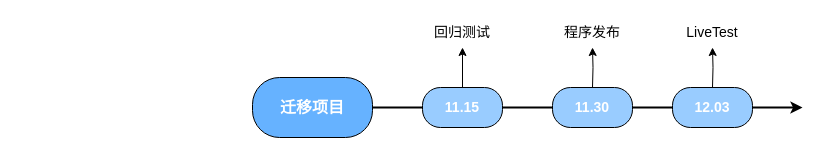
This is 迁移TimeLine 方案二.drawio from DonnieLe/MyDocs, a draw.io file, before an edit. Source tidied: cells renumbered, new cells numbered last; positions are measured from the earlier drawing's top-left corner, leaving out a move shared by most shapes. Both pictures are drawn from the tidied source at 100%, with x=0, y=0 at pixel (252, 17).
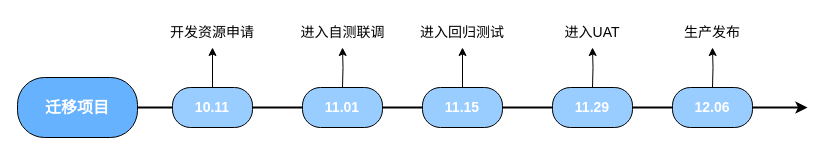
The same page after the edit.

Commit message:
更新迁移TimeLine 方案二.drawio

Diff of the diagram source:
```diff
@@
     <mxCell id="2" style="edgeStyle=orthogonalEdgeStyle;rounded=0;jettySize=auto;html=1;strokeWidth=2;" parent="1" edge="1" source="3">
       <mxGeometry relative="1" as="geometry">
-        <mxPoint x="550" y="90" as="targetPoint" />
+        <mxPoint x="555" y="90" as="targetPoint" />
       </mxGeometry>
     </mxCell>
     <mxCell id="3" value="&lt;b style=&quot;font-size: 16px;&quot;&gt;迁移项目&lt;/b&gt;" style="rounded=1;whiteSpace=wrap;html=1;fillColor=#66B2FF;fontSize=16;fontColor=#FFFFFF;arcSize=45;" parent="1" vertex="1">
-      <mxGeometry y="60" width="120" height="60" as="geometry" />
+      <mxGeometry x="-235" y="60" width="120" height="60" as="geometry" />
     </mxCell>
@@
-    <mxCell id="6" value="回归测试" style="text;html=1;strokeColor=none;fillColor=none;align=center;verticalAlign=middle;whiteSpace=wrap;rounded=0;fontSize=14;" parent="1" vertex="1">
-      <mxGeometry x="180" width="60" height="30" as="geometry" />
+    <mxCell id="6" value="进入回归测试" style="text;html=1;strokeColor=none;fillColor=none;align=center;verticalAlign=middle;whiteSpace=wrap;rounded=0;fontSize=14;" parent="1" vertex="1">
+      <mxGeometry x="165" width="90" height="30" as="geometry" />
     </mxCell>
@@
-    <mxCell id="8" value="程序发布" style="text;html=1;strokeColor=none;fillColor=none;align=center;verticalAlign=middle;whiteSpace=wrap;rounded=0;fontSize=14;" parent="1" vertex="1">
+    <mxCell id="8" value="进入UAT" style="text;html=1;strokeColor=none;fillColor=none;align=center;verticalAlign=middle;whiteSpace=wrap;rounded=0;fontSize=14;" parent="1" vertex="1">
       <mxGeometry x="300" width="80" height="30" as="geometry" />
     </mxCell>
@@
-    <mxCell id="10" value="LiveTest" style="text;html=1;strokeColor=none;fillColor=none;align=center;verticalAlign=middle;whiteSpace=wrap;rounded=0;fontSize=14;" parent="1" vertex="1">
+    <mxCell id="10" value="生产发布" style="text;html=1;strokeColor=none;fillColor=none;align=center;verticalAlign=middle;whiteSpace=wrap;rounded=0;fontSize=14;" parent="1" vertex="1">
       <mxGeometry x="420" width="80" height="30" as="geometry" />
     </mxCell>
-    <mxCell id="11" value="&lt;b style=&quot;font-size: 14px&quot;&gt;11.30&lt;/b&gt;" style="rounded=1;whiteSpace=wrap;html=1;fillColor=#99CCFF;fontSize=14;fontColor=#FFFFFF;arcSize=45;" parent="1" vertex="1">
+    <mxCell id="11" value="&lt;b style=&quot;font-size: 14px&quot;&gt;11.29&lt;/b&gt;" style="rounded=1;whiteSpace=wrap;html=1;fillColor=#99CCFF;fontSize=14;fontColor=#FFFFFF;arcSize=45;" parent="1" vertex="1">
       <mxGeometry x="300" y="70" width="80" height="40" as="geometry" />
     </mxCell>
-    <mxCell id="12" value="&lt;b style=&quot;font-size: 14px&quot;&gt;12.03&lt;/b&gt;" style="rounded=1;whiteSpace=wrap;html=1;fillColor=#99CCFF;fontSize=14;fontColor=#FFFFFF;arcSize=45;" parent="1" vertex="1">
+    <mxCell id="12" value="&lt;b style=&quot;font-size: 14px&quot;&gt;12.06&lt;/b&gt;" style="rounded=1;whiteSpace=wrap;html=1;fillColor=#99CCFF;fontSize=14;fontColor=#FFFFFF;arcSize=45;" parent="1" vertex="1">
       <mxGeometry x="420" y="70" width="80" height="40" as="geometry" />
     </mxCell>
+    <mxCell id="13" style="edgeStyle=orthogonalEdgeStyle;rounded=0;jettySize=auto;html=1;fontSize=14;" parent="1" edge="1" source="14" target="15">
+      <mxGeometry relative="1" as="geometry" />
+    </mxCell>
+    <mxCell id="14" value="&lt;b style=&quot;font-size: 14px&quot;&gt;10.11&lt;/b&gt;" style="rounded=1;whiteSpace=wrap;html=1;fillColor=#99CCFF;fontSize=14;fontColor=#FFFFFF;arcSize=45;" parent="1" vertex="1">
+      <mxGeometry x="-80" y="70" width="80" height="40" as="geometry" />
+    </mxCell>
+    <mxCell id="15" value="开发资源申请" style="text;html=1;strokeColor=none;fillColor=none;align=center;verticalAlign=middle;whiteSpace=wrap;rounded=0;fontSize=14;" parent="1" vertex="1">
+      <mxGeometry x="-85" width="90" height="30" as="geometry" />
+    </mxCell>
+    <mxCell id="16" style="edgeStyle=orthogonalEdgeStyle;rounded=0;jettySize=auto;html=1;fontSize=14;" parent="1" edge="1" target="17">
+      <mxGeometry relative="1" as="geometry">
+        <mxPoint x="90" y="70" as="sourcePoint" />
+      </mxGeometry>
+    </mxCell>
+    <mxCell id="17" value="进入自测联调" style="text;html=1;strokeColor=none;fillColor=none;align=center;verticalAlign=middle;whiteSpace=wrap;rounded=0;fontSize=14;" parent="1" vertex="1">
+      <mxGeometry x="42.5" width="95" height="30" as="geometry" />
+    </mxCell>
+    <mxCell id="18" value="&lt;b style=&quot;font-size: 14px&quot;&gt;11.01&lt;/b&gt;" style="rounded=1;whiteSpace=wrap;html=1;fillColor=#99CCFF;fontSize=14;fontColor=#FFFFFF;arcSize=45;" parent="1" vertex="1">
+      <mxGeometry x="50" y="70" width="80" height="40" as="geometry" />
+    </mxCell>
```
